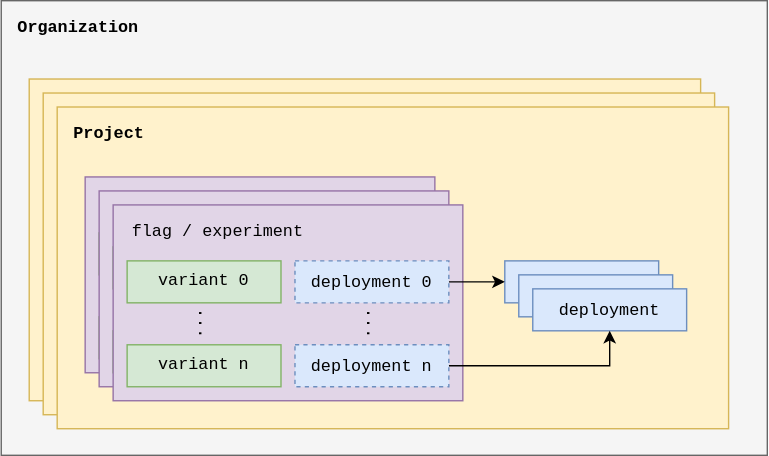
Earlier version of the draw.io export docs/assets/images/experiment/data-model.drawio.svg (Amplitude-Developer-Docs/amplitude-dev-center). Source tidied: cells renumbered, new cells last; positions are measured from the earlier drawing's top-left corner, leaving out a move shared by most shapes. The source it was exported from:
```xml
<mxGraphModel>
  <root>
    <mxCell id="0" />
    <mxCell id="1" parent="0" />
    <mxCell id="2" style="rounded=0;whiteSpace=wrap;html=1;fillColor=#f5f5f5;fontColor=#333333;strokeColor=#666666;" parent="1" vertex="1">
      <mxGeometry width="547.7" height="325" as="geometry" />
    </mxCell>
    <mxCell id="3" style="rounded=0;whiteSpace=wrap;html=1;fillColor=#fff2cc;strokeColor=#d6b656;" parent="1" vertex="1">
      <mxGeometry x="20" y="56" width="480" height="230" as="geometry" />
    </mxCell>
    <mxCell id="4" style="rounded=0;whiteSpace=wrap;html=1;fillColor=#fff2cc;strokeColor=#d6b656;" parent="1" vertex="1">
      <mxGeometry x="30" y="66" width="480" height="230" as="geometry" />
    </mxCell>
    <mxCell id="5" style="rounded=0;whiteSpace=wrap;html=1;fillColor=#fff2cc;strokeColor=#d6b656;" parent="1" vertex="1">
      <mxGeometry x="40" y="76" width="480" height="230" as="geometry" />
    </mxCell>
    <mxCell id="6" value="&lt;div&gt;&lt;br&gt;&lt;/div&gt;" style="rounded=0;whiteSpace=wrap;html=1;fillColor=#e1d5e7;strokeColor=#9673a6;align=center;" parent="1" vertex="1">
      <mxGeometry x="60" y="126" width="250" height="140" as="geometry" />
    </mxCell>
    <mxCell id="7" value="flag / experiment" style="text;html=1;strokeColor=none;fillColor=none;align=center;verticalAlign=middle;whiteSpace=wrap;rounded=0;fontFamily=Courier New;" parent="1" vertex="1">
      <mxGeometry x="60" y="126" width="150" height="40" as="geometry" />
    </mxCell>
    <mxCell id="8" value="variant 0" style="rounded=0;whiteSpace=wrap;html=1;fontFamily=Courier New;fillColor=#d5e8d4;strokeColor=#82b366;" parent="1" vertex="1">
      <mxGeometry x="70" y="166" width="110" height="30" as="geometry" />
    </mxCell>
    <mxCell id="9" value="variant n" style="rounded=0;whiteSpace=wrap;html=1;fontFamily=Courier New;fillColor=#d5e8d4;strokeColor=#82b366;" parent="1" vertex="1">
      <mxGeometry x="70" y="226" width="110" height="30" as="geometry" />
    </mxCell>
    <mxCell id="10" value="&lt;font face=&quot;Courier New&quot;&gt;deployment 0&lt;/font&gt;" style="rounded=0;whiteSpace=wrap;html=1;fillColor=#dae8fc;strokeColor=#6c8ebf;align=center;dashed=1;" parent="1" vertex="1">
      <mxGeometry x="190" y="166" width="110" height="30" as="geometry" />
    </mxCell>
    <mxCell id="11" value="&lt;font face=&quot;Courier New&quot;&gt;deployment n&lt;/font&gt;" style="rounded=0;whiteSpace=wrap;html=1;fillColor=#dae8fc;strokeColor=#6c8ebf;align=center;dashed=1;" parent="1" vertex="1">
      <mxGeometry x="190" y="226" width="110" height="30" as="geometry" />
    </mxCell>
    <mxCell id="12" value="&lt;font size=&quot;1&quot;&gt;&lt;span style=&quot;font-size: 12px&quot;&gt;...&lt;/span&gt;&lt;/font&gt;" style="text;html=1;strokeColor=none;fillColor=none;align=center;verticalAlign=middle;whiteSpace=wrap;rounded=0;fontFamily=Courier New;rotation=90;" parent="1" vertex="1">
      <mxGeometry x="95" y="196" width="60" height="30" as="geometry" />
    </mxCell>
    <mxCell id="13" value="&lt;font size=&quot;1&quot;&gt;&lt;span style=&quot;font-size: 12px&quot;&gt;...&lt;/span&gt;&lt;/font&gt;" style="text;html=1;strokeColor=none;fillColor=none;align=center;verticalAlign=middle;whiteSpace=wrap;rounded=0;fontFamily=Courier New;rotation=90;" parent="1" vertex="1">
      <mxGeometry x="215" y="196" width="60" height="30" as="geometry" />
    </mxCell>
    <mxCell id="14" value="&lt;font face=&quot;Courier New&quot;&gt;deployment&lt;/font&gt;" style="rounded=0;whiteSpace=wrap;html=1;fillColor=#dae8fc;strokeColor=#6c8ebf;align=center;" parent="1" vertex="1">
      <mxGeometry x="360" y="186" width="110" height="30" as="geometry" />
    </mxCell>
    <mxCell id="15" value="&lt;font face=&quot;Courier New&quot;&gt;deployment&lt;/font&gt;" style="rounded=0;whiteSpace=wrap;html=1;fillColor=#dae8fc;strokeColor=#6c8ebf;align=center;" parent="1" vertex="1">
      <mxGeometry x="370" y="196" width="110" height="30" as="geometry" />
    </mxCell>
    <mxCell id="16" value="&lt;font face=&quot;Courier New&quot;&gt;deployment&lt;/font&gt;" style="rounded=0;whiteSpace=wrap;html=1;fillColor=#dae8fc;strokeColor=#6c8ebf;align=center;" parent="1" vertex="1">
      <mxGeometry x="380" y="206" width="110" height="30" as="geometry" />
    </mxCell>
    <mxCell id="17" value="&lt;div&gt;&lt;br&gt;&lt;/div&gt;" style="rounded=0;whiteSpace=wrap;html=1;fillColor=#e1d5e7;strokeColor=#9673a6;align=center;" parent="1" vertex="1">
      <mxGeometry x="70" y="136" width="250" height="140" as="geometry" />
    </mxCell>
    <mxCell id="18" value="flag / experiment" style="text;html=1;strokeColor=none;fillColor=none;align=center;verticalAlign=middle;whiteSpace=wrap;rounded=0;fontFamily=Courier New;" parent="1" vertex="1">
      <mxGeometry x="70" y="136" width="150" height="40" as="geometry" />
    </mxCell>
    <mxCell id="19" value="variant 0" style="rounded=0;whiteSpace=wrap;html=1;fontFamily=Courier New;fillColor=#d5e8d4;strokeColor=#82b366;" parent="1" vertex="1">
      <mxGeometry x="80" y="176" width="110" height="30" as="geometry" />
    </mxCell>
    <mxCell id="20" value="variant n" style="rounded=0;whiteSpace=wrap;html=1;fontFamily=Courier New;fillColor=#d5e8d4;strokeColor=#82b366;" parent="1" vertex="1">
      <mxGeometry x="80" y="236" width="110" height="30" as="geometry" />
    </mxCell>
    <mxCell id="21" value="&lt;font face=&quot;Courier New&quot;&gt;deployment 0&lt;/font&gt;" style="rounded=0;whiteSpace=wrap;html=1;fillColor=#dae8fc;strokeColor=#6c8ebf;align=center;dashed=1;" parent="1" vertex="1">
      <mxGeometry x="200" y="176" width="110" height="30" as="geometry" />
    </mxCell>
    <mxCell id="22" value="&lt;font face=&quot;Courier New&quot;&gt;deployment n&lt;/font&gt;" style="rounded=0;whiteSpace=wrap;html=1;fillColor=#dae8fc;strokeColor=#6c8ebf;align=center;dashed=1;" parent="1" vertex="1">
      <mxGeometry x="200" y="236" width="110" height="30" as="geometry" />
    </mxCell>
    <mxCell id="23" value="&lt;font size=&quot;1&quot;&gt;&lt;span style=&quot;font-size: 12px&quot;&gt;...&lt;/span&gt;&lt;/font&gt;" style="text;html=1;strokeColor=none;fillColor=none;align=center;verticalAlign=middle;whiteSpace=wrap;rounded=0;fontFamily=Courier New;rotation=90;" parent="1" vertex="1">
      <mxGeometry x="105" y="206" width="60" height="30" as="geometry" />
    </mxCell>
    <mxCell id="24" value="&lt;font size=&quot;1&quot;&gt;&lt;span style=&quot;font-size: 12px&quot;&gt;...&lt;/span&gt;&lt;/font&gt;" style="text;html=1;strokeColor=none;fillColor=none;align=center;verticalAlign=middle;whiteSpace=wrap;rounded=0;fontFamily=Courier New;rotation=90;" parent="1" vertex="1">
      <mxGeometry x="225" y="206" width="60" height="30" as="geometry" />
    </mxCell>
    <mxCell id="25" value="&lt;div&gt;&lt;br&gt;&lt;/div&gt;" style="rounded=0;whiteSpace=wrap;html=1;fillColor=#e1d5e7;strokeColor=#9673a6;align=center;" parent="1" vertex="1">
      <mxGeometry x="80" y="146" width="250" height="140" as="geometry" />
    </mxCell>
    <mxCell id="26" value="flag / experiment" style="text;html=1;strokeColor=none;fillColor=none;align=center;verticalAlign=middle;whiteSpace=wrap;rounded=0;fontFamily=Courier New;" parent="1" vertex="1">
      <mxGeometry x="80" y="146" width="150" height="40" as="geometry" />
    </mxCell>
    <mxCell id="27" value="variant 0" style="rounded=0;whiteSpace=wrap;html=1;fontFamily=Courier New;fillColor=#d5e8d4;strokeColor=#82b366;" parent="1" vertex="1">
      <mxGeometry x="90" y="186" width="110" height="30" as="geometry" />
    </mxCell>
    <mxCell id="28" value="variant n" style="rounded=0;whiteSpace=wrap;html=1;fontFamily=Courier New;fillColor=#d5e8d4;strokeColor=#82b366;" parent="1" vertex="1">
      <mxGeometry x="90" y="246" width="110" height="30" as="geometry" />
    </mxCell>
    <mxCell id="29" style="edgeStyle=orthogonalEdgeStyle;rounded=0;jettySize=auto;html=1;exitX=1;exitY=0.5;exitDx=0;exitDy=0;entryX=0;entryY=0.5;entryDx=0;entryDy=0;fontFamily=Courier New;fontSize=12;" parent="1" edge="1" source="30" target="14">
      <mxGeometry relative="1" as="geometry" />
    </mxCell>
    <mxCell id="30" value="&lt;font face=&quot;Courier New&quot;&gt;deployment 0&lt;/font&gt;" style="rounded=0;whiteSpace=wrap;html=1;fillColor=#dae8fc;strokeColor=#6c8ebf;align=center;dashed=1;" parent="1" vertex="1">
      <mxGeometry x="210" y="186" width="110" height="30" as="geometry" />
    </mxCell>
    <mxCell id="31" style="edgeStyle=orthogonalEdgeStyle;rounded=0;jettySize=auto;html=1;exitX=1;exitY=0.5;exitDx=0;exitDy=0;entryX=0.5;entryY=1;entryDx=0;entryDy=0;fontFamily=Courier New;fontSize=12;" parent="1" edge="1" source="32" target="16">
      <mxGeometry relative="1" as="geometry" />
    </mxCell>
    <mxCell id="32" value="&lt;font face=&quot;Courier New&quot;&gt;deployment n&lt;/font&gt;" style="rounded=0;whiteSpace=wrap;html=1;fillColor=#dae8fc;strokeColor=#6c8ebf;align=center;dashed=1;" parent="1" vertex="1">
      <mxGeometry x="210" y="246" width="110" height="30" as="geometry" />
    </mxCell>
    <mxCell id="33" value="&lt;font size=&quot;1&quot;&gt;&lt;span style=&quot;font-size: 12px&quot;&gt;...&lt;/span&gt;&lt;/font&gt;" style="text;html=1;strokeColor=none;fillColor=none;align=center;verticalAlign=middle;whiteSpace=wrap;rounded=0;fontFamily=Courier New;rotation=90;" parent="1" vertex="1">
      <mxGeometry x="115" y="216" width="60" height="30" as="geometry" />
    </mxCell>
    <mxCell id="34" value="&lt;font size=&quot;1&quot;&gt;&lt;span style=&quot;font-size: 12px&quot;&gt;...&lt;/span&gt;&lt;/font&gt;" style="text;html=1;strokeColor=none;fillColor=none;align=center;verticalAlign=middle;whiteSpace=wrap;rounded=0;fontFamily=Courier New;rotation=90;" parent="1" vertex="1">
      <mxGeometry x="235" y="216" width="60" height="30" as="geometry" />
    </mxCell>
    <mxCell id="35" value="Project" style="text;html=1;strokeColor=none;fillColor=none;align=left;verticalAlign=middle;whiteSpace=wrap;rounded=0;fontFamily=Courier New;fontSize=12;fontStyle=1;" parent="1" vertex="1">
      <mxGeometry x="50" y="86" width="100" height="20" as="geometry" />
    </mxCell>
    <mxCell id="36" value="Organization" style="text;html=1;strokeColor=none;fillColor=none;align=left;verticalAlign=middle;whiteSpace=wrap;rounded=0;fontFamily=Courier New;fontSize=12;fontStyle=1;" parent="1" vertex="1">
      <mxGeometry x="10" y="10" width="100" height="20" as="geometry" />
    </mxCell>
  </root>
</mxGraphModel>
```
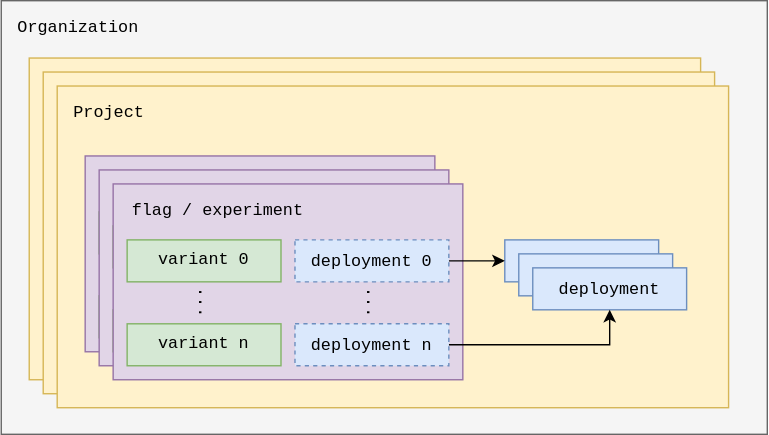
Later version of the same file.

Change to the diagram source:
```diff
@@ -3,7 +3,7 @@
     <mxCell id="0" />
     <mxCell id="1" parent="0" />
     <mxCell id="2" style="rounded=0;whiteSpace=wrap;html=1;fillColor=#f5f5f5;fontColor=#333333;strokeColor=#666666;" parent="1" vertex="1">
-      <mxGeometry width="547.7" height="325" as="geometry" />
+      <mxGeometry y="15" width="547.7" height="310" as="geometry" />
     </mxCell>
     <mxCell id="3" style="rounded=0;whiteSpace=wrap;html=1;fillColor=#fff2cc;strokeColor=#d6b656;" parent="1" vertex="1">
       <mxGeometry x="20" y="56" width="480" height="230" as="geometry" />
@@ -101,11 +101,11 @@
     <mxCell id="34" value="&lt;font size=&quot;1&quot;&gt;&lt;span style=&quot;font-size: 12px&quot;&gt;...&lt;/span&gt;&lt;/font&gt;" style="text;html=1;strokeColor=none;fillColor=none;align=center;verticalAlign=middle;whiteSpace=wrap;rounded=0;fontFamily=Courier New;rotation=90;" parent="1" vertex="1">
       <mxGeometry x="235" y="216" width="60" height="30" as="geometry" />
     </mxCell>
-    <mxCell id="35" value="Project" style="text;html=1;strokeColor=none;fillColor=none;align=left;verticalAlign=middle;whiteSpace=wrap;rounded=0;fontFamily=Courier New;fontSize=12;fontStyle=1;" parent="1" vertex="1">
+    <mxCell id="35" value="&lt;span style=&quot;font-weight: normal&quot;&gt;Project&lt;/span&gt;" style="text;html=1;strokeColor=none;fillColor=none;align=left;verticalAlign=middle;whiteSpace=wrap;rounded=0;fontFamily=Courier New;fontSize=12;fontStyle=1;" parent="1" vertex="1">
       <mxGeometry x="50" y="86" width="100" height="20" as="geometry" />
     </mxCell>
-    <mxCell id="36" value="Organization" style="text;html=1;strokeColor=none;fillColor=none;align=left;verticalAlign=middle;whiteSpace=wrap;rounded=0;fontFamily=Courier New;fontSize=12;fontStyle=1;" parent="1" vertex="1">
-      <mxGeometry x="10" y="10" width="100" height="20" as="geometry" />
+    <mxCell id="36" value="&lt;span style=&quot;font-weight: normal&quot;&gt;Organization&lt;/span&gt;" style="text;html=1;strokeColor=none;fillColor=none;align=left;verticalAlign=middle;whiteSpace=wrap;rounded=0;fontFamily=Courier New;fontSize=12;fontStyle=1;" parent="1" vertex="1">
+      <mxGeometry x="10" y="25" width="100" height="20" as="geometry" />
     </mxCell>
   </root>
 </mxGraphModel>
```
